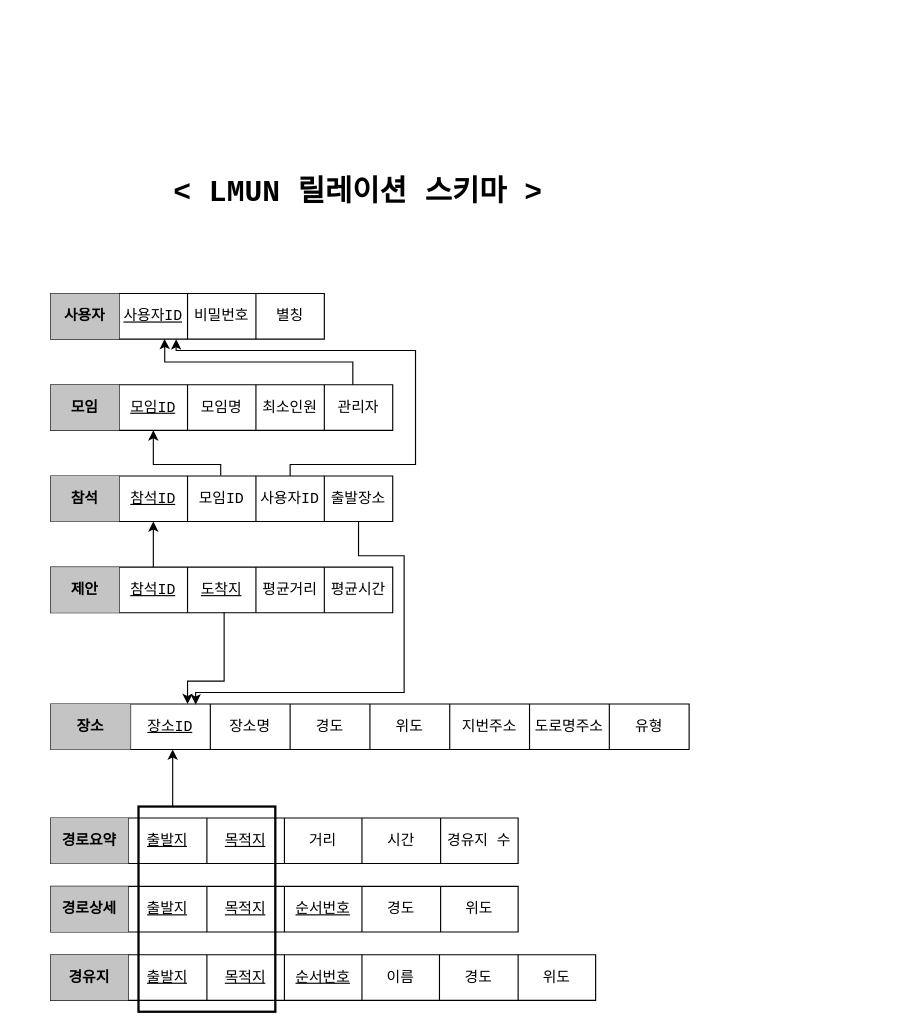
Above: documents/LMUN릴레이션 스키마.drawio in jsjg73/LMUN_Ver2.1 (draw.io), before the change. Source tidied: cells renumbered, new cells numbered last; positions are measured from the earlier drawing's top-left corner, leaving out a move shared by most shapes. Both pictures are drawn from the tidied source at 114%, with x=0, y=0 at pixel (50, 168).
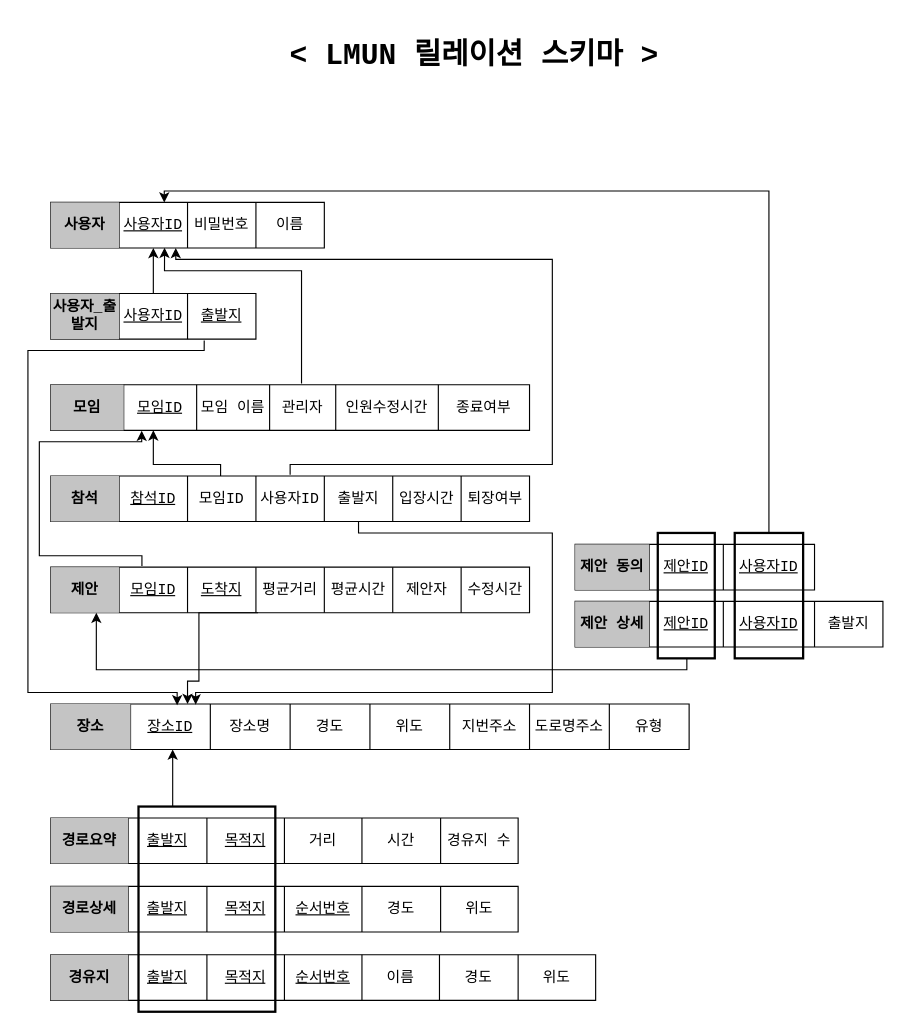
Above is the later version.

Commit message:
Update LMUN릴레이션 스키마.drawio

Unchanged cells that the change refers to:
```xml
<mxCell id="10" style="shape=partialRectangle;html=1;whiteSpace=wrap;fillColor=none;top=0;left=0;bottom=0;right=0;points=[[0,0.5],[1,0.5]];portConstraint=eastwest;fontFamily=Courier New;fontSize=13;fontColor=default;startSize=0;strokeColor=default;" parent="9" vertex="1">
  <mxGeometry width="240" height="40" as="geometry" />
</mxCell>
<mxCell id="31" style="shape=partialRectangle;html=1;whiteSpace=wrap;fillColor=none;top=0;left=0;bottom=0;right=0;points=[[0,0.5],[1,0.5]];portConstraint=eastwest;fontFamily=Courier New;fontSize=13;fontColor=default;startSize=0;strokeColor=default;" parent="30" vertex="1">
  <mxGeometry width="560" height="40" as="geometry" />
</mxCell>
```

What changed in the source:
```diff
@@
     <mxCell id="2" style="shape=table;html=1;whiteSpace=wrap;startSize=0;childLayout=tableLayout;fontFamily=Courier New;fontSize=13;fontColor=default;strokeColor=default;fillColor=default;" parent="1" vertex="1">
-      <mxGeometry y="190" width="300" height="40" as="geometry" />
+      <mxGeometry y="190" width="420" height="40" as="geometry" />
     </mxCell>
     <mxCell id="3" style="shape=partialRectangle;html=1;whiteSpace=wrap;fillColor=none;top=0;left=0;bottom=0;right=0;points=[[0,0.5],[1,0.5]];portConstraint=eastwest;fontFamily=Courier New;fontSize=13;fontColor=default;startSize=0;strokeColor=default;" parent="2" vertex="1">
-      <mxGeometry width="300" height="40" as="geometry" />
+      <mxGeometry width="420" height="40" as="geometry" />
     </mxCell>
     <mxCell id="4" value="&lt;b&gt;모임&lt;/b&gt;" style="shape=partialRectangle;html=1;whiteSpace=wrap;fillColor=#C4C4C4;top=0;left=0;bottom=0;right=0;overflow=hidden;fontFamily=Courier New;fontSize=13;fontColor=default;startSize=0;strokeColor=default;" parent="3" vertex="1">
-      <mxGeometry width="60" height="40" as="geometry" />
+      <mxGeometry width="64" height="40" as="geometry" />
     </mxCell>
     <mxCell id="5" value="&lt;u&gt;모임ID&lt;/u&gt;" style="shape=partialRectangle;html=1;whiteSpace=wrap;fillColor=none;top=0;left=0;bottom=0;right=0;overflow=hidden;fontFamily=Courier New;fontSize=13;fontColor=default;startSize=0;strokeColor=default;" parent="3" vertex="1">
-      <mxGeometry x="60" width="60" height="40" as="geometry" />
+      <mxGeometry x="64" width="64" height="40" as="geometry" />
     </mxCell>
-    <mxCell id="6" value="모임명" style="shape=partialRectangle;html=1;whiteSpace=wrap;fillColor=none;top=0;left=0;bottom=0;right=0;overflow=hidden;fontFamily=Courier New;fontSize=13;fontColor=default;startSize=0;strokeColor=default;" parent="3" vertex="1">
-      <mxGeometry x="120" width="60" height="40" as="geometry" />
+    <mxCell id="6" value="모임 이름" style="shape=partialRectangle;html=1;whiteSpace=wrap;fillColor=none;top=0;left=0;bottom=0;right=0;overflow=hidden;fontFamily=Courier New;fontSize=13;fontColor=default;startSize=0;strokeColor=default;" parent="3" vertex="1">
+      <mxGeometry x="128" width="64" height="40" as="geometry" />
     </mxCell>
-    <mxCell id="7" value="최소인원" style="shape=partialRectangle;html=1;whiteSpace=wrap;fillColor=none;top=0;left=0;bottom=0;right=0;overflow=hidden;fontFamily=Courier New;fontSize=13;fontColor=default;startSize=0;strokeColor=default;" parent="3" vertex="1">
-      <mxGeometry x="180" width="60" height="40" as="geometry" />
+    <mxCell id="7" value="관리자" style="shape=partialRectangle;html=1;whiteSpace=wrap;fillColor=none;top=0;left=0;bottom=0;right=0;overflow=hidden;fontFamily=Courier New;fontSize=13;fontColor=default;startSize=0;strokeColor=default;" parent="3" vertex="1">
+      <mxGeometry x="192" width="58" height="40" as="geometry" />
     </mxCell>
-    <mxCell id="8" value="관리자" style="shape=partialRectangle;html=1;whiteSpace=wrap;fillColor=none;top=0;left=0;bottom=0;right=0;overflow=hidden;fontFamily=Courier New;fontSize=13;fontColor=default;startSize=0;strokeColor=default;" parent="3" vertex="1">
-      <mxGeometry x="240" width="60" height="40" as="geometry" />
+    <mxCell id="8" value="인원수정시간" style="shape=partialRectangle;html=1;whiteSpace=wrap;fillColor=none;top=0;left=0;bottom=0;right=0;overflow=hidden;fontFamily=Courier New;fontSize=13;fontColor=default;startSize=0;strokeColor=default;flipV=1;flipH=1;" parent="3" vertex="1">
+      <mxGeometry x="250" width="90" height="40" as="geometry" />
     </mxCell>
+    <mxCell id="73" value="종료여부" style="shape=partialRectangle;html=1;whiteSpace=wrap;fillColor=none;top=0;left=0;bottom=0;right=0;overflow=hidden;fontFamily=Courier New;fontSize=13;fontColor=default;startSize=0;strokeColor=default;" parent="3" vertex="1">
+      <mxGeometry x="340" width="80" height="40" as="geometry" />
+    </mxCell>
     <mxCell id="9" style="shape=table;html=1;whiteSpace=wrap;startSize=0;childLayout=tableLayout;fontFamily=Courier New;fontSize=13;fontColor=default;strokeColor=default;fillColor=default;" parent="1" vertex="1">
-      <mxGeometry y="110" width="240" height="40" as="geometry" />
+      <mxGeometry y="30" width="240" height="40" as="geometry" />
     </mxCell>
@@
-    <mxCell id="14" value="별칭" style="shape=partialRectangle;html=1;whiteSpace=wrap;fillColor=none;top=0;left=0;bottom=0;right=0;overflow=hidden;fontFamily=Courier New;fontSize=13;fontColor=default;startSize=0;strokeColor=default;" parent="10" vertex="1">
+    <mxCell id="14" value="이름" style="shape=partialRectangle;html=1;whiteSpace=wrap;fillColor=none;top=0;left=0;bottom=0;right=0;overflow=hidden;fontFamily=Courier New;fontSize=13;fontColor=default;startSize=0;strokeColor=default;" parent="10" vertex="1">
       <mxGeometry x="180" width="60" height="40" as="geometry" />
     </mxCell>
     <mxCell id="15" style="shape=table;html=1;whiteSpace=wrap;startSize=0;childLayout=tableLayout;fontFamily=Courier New;fontSize=13;fontColor=default;strokeColor=default;fillColor=default;fontStyle=1;" parent="1" vertex="1">
-      <mxGeometry y="270" width="300" height="40" as="geometry" />
+      <mxGeometry y="270" width="420" height="40" as="geometry" />
     </mxCell>
     <mxCell id="16" style="shape=partialRectangle;html=1;whiteSpace=wrap;fillColor=none;top=0;left=0;bottom=0;right=0;points=[[0,0.5],[1,0.5]];portConstraint=eastwest;fontFamily=Courier New;fontSize=13;fontColor=default;startSize=0;strokeColor=default;" parent="15" vertex="1">
-      <mxGeometry width="300" height="40" as="geometry" />
+      <mxGeometry width="420" height="40" as="geometry" />
     </mxCell>
@@
-    <mxCell id="21" value="출발장소" style="shape=partialRectangle;html=1;whiteSpace=wrap;fillColor=none;top=0;left=0;bottom=0;right=0;overflow=hidden;fontFamily=Courier New;fontSize=13;fontColor=default;startSize=0;strokeColor=default;" parent="16" vertex="1">
+    <mxCell id="21" value="출발지" style="shape=partialRectangle;html=1;whiteSpace=wrap;fillColor=none;top=0;left=0;bottom=0;right=0;overflow=hidden;fontFamily=Courier New;fontSize=13;fontColor=default;startSize=0;strokeColor=default;" parent="16" vertex="1">
       <mxGeometry x="240" width="60" height="40" as="geometry" />
     </mxCell>
+    <mxCell id="74" value="입장시간" style="shape=partialRectangle;html=1;whiteSpace=wrap;fillColor=none;top=0;left=0;bottom=0;right=0;overflow=hidden;fontFamily=Courier New;fontSize=13;fontColor=default;startSize=0;strokeColor=default;" parent="16" vertex="1">
+      <mxGeometry x="300" width="60" height="40" as="geometry" />
+    </mxCell>
+    <mxCell id="75" value="퇴장여부" style="shape=partialRectangle;html=1;whiteSpace=wrap;fillColor=none;top=0;left=0;bottom=0;right=0;overflow=hidden;fontFamily=Courier New;fontSize=13;fontColor=default;startSize=0;strokeColor=default;" parent="16" vertex="1">
+      <mxGeometry x="360" width="60" height="40" as="geometry" />
+    </mxCell>
@@
     <mxCell id="57" style="shape=table;html=1;whiteSpace=wrap;startSize=0;childLayout=tableLayout;fontFamily=Courier New;fontSize=13;fontColor=default;strokeColor=default;fillColor=default;fontStyle=1;" parent="1" vertex="1">
-      <mxGeometry y="350" width="300" height="40" as="geometry" />
+      <mxGeometry y="350" width="420" height="40" as="geometry" />
     </mxCell>
     <mxCell id="58" style="shape=partialRectangle;html=1;whiteSpace=wrap;fillColor=none;top=0;left=0;bottom=0;right=0;points=[[0,0.5],[1,0.5]];portConstraint=eastwest;fontFamily=Courier New;fontSize=13;fontColor=default;startSize=0;strokeColor=default;" parent="57" vertex="1">
-      <mxGeometry width="300" height="40" as="geometry" />
+      <mxGeometry width="420" height="40" as="geometry" />
     </mxCell>
@@
-    <mxCell id="60" value="참석ID" style="shape=partialRectangle;html=1;whiteSpace=wrap;fillColor=none;top=0;left=0;bottom=0;right=0;overflow=hidden;fontFamily=Courier New;fontSize=13;fontColor=default;startSize=0;strokeColor=default;fontStyle=4;" parent="58" vertex="1">
+    <mxCell id="60" value="모임ID" style="shape=partialRectangle;html=1;whiteSpace=wrap;fillColor=none;top=0;left=0;bottom=0;right=0;overflow=hidden;fontFamily=Courier New;fontSize=13;fontColor=default;startSize=0;strokeColor=default;fontStyle=4;" parent="58" vertex="1">
       <mxGeometry x="60" width="60" height="40" as="geometry" />
     </mxCell>
@@
+    <mxCell id="76" value="제안자" style="shape=partialRectangle;html=1;whiteSpace=wrap;fillColor=none;top=0;left=0;bottom=0;right=0;overflow=hidden;fontFamily=Courier New;fontSize=13;fontColor=default;startSize=0;strokeColor=default;" parent="58" vertex="1">
+      <mxGeometry x="300" width="60" height="40" as="geometry" />
+    </mxCell>
+    <mxCell id="77" value="수정시간" style="shape=partialRectangle;html=1;whiteSpace=wrap;fillColor=none;top=0;left=0;bottom=0;right=0;overflow=hidden;fontFamily=Courier New;fontSize=13;fontColor=default;startSize=0;strokeColor=default;" parent="58" vertex="1">
+      <mxGeometry x="360" width="60" height="40" as="geometry" />
+    </mxCell>
     <mxCell id="64" style="edgeStyle=segmentEdgeStyle;endArrow=classic;html=1;rounded=0;fontFamily=Courier New;fontSize=13;fontColor=default;startSize=0;strokeColor=default;exitX=0.227;exitY=0.015;exitDx=0;exitDy=0;exitPerimeter=0;entryX=0.227;entryY=0.015;entryDx=0;entryDy=0;entryPerimeter=0;" parent="1" edge="1" target="31">
       <mxGeometry relative="1" as="geometry">
         <mxPoint x="270" y="310" as="sourcePoint" />
         <Array as="points">
-          <mxPoint x="270" y="340" />
-          <mxPoint x="310" y="340" />
-          <mxPoint x="310" y="460" />
+          <mxPoint x="270" y="320" />
+          <mxPoint x="440" y="320" />
+          <mxPoint x="440" y="460" />
           <mxPoint x="127" y="460" />
         </Array>
       </mxGeometry>
     </mxCell>
-    <mxCell id="65" style="edgeStyle=segmentEdgeStyle;endArrow=classic;html=1;rounded=0;fontFamily=Courier New;fontSize=13;fontColor=default;startSize=0;strokeColor=default;exitX=0.507;exitY=0.988;exitDx=0;exitDy=0;exitPerimeter=0;" parent="1" edge="1" source="58">
+    <mxCell id="65" style="edgeStyle=segmentEdgeStyle;endArrow=classic;html=1;rounded=0;fontFamily=Courier New;fontSize=13;fontColor=default;startSize=0;strokeColor=default;exitX=0.433;exitY=1;exitDx=0;exitDy=0;exitPerimeter=0;" parent="1" edge="1" source="58">
       <mxGeometry relative="1" as="geometry">
         <mxPoint x="120" y="470" as="targetPoint" />
         <Array as="points">
-          <mxPoint x="152" y="450" />
+          <mxPoint x="130" y="450" />
           <mxPoint x="120" y="450" />
         </Array>
       </mxGeometry>
     </mxCell>
-    <mxCell id="66" style="edgeStyle=segmentEdgeStyle;endArrow=classic;html=1;rounded=0;fontFamily=Courier New;fontSize=13;fontColor=default;startSize=0;strokeColor=default;" parent="1" edge="1">
+    <mxCell id="66" style="edgeStyle=segmentEdgeStyle;endArrow=classic;html=1;rounded=0;fontFamily=Courier New;fontSize=13;fontColor=default;startSize=0;strokeColor=default;entryX=0.19;entryY=1.008;entryDx=0;entryDy=0;entryPerimeter=0;" parent="1" edge="1" target="2">
       <mxGeometry relative="1" as="geometry">
-        <mxPoint x="90" y="350" as="sourcePoint" />
-        <mxPoint x="90" y="310" as="targetPoint" />
+        <mxPoint x="80" y="349" as="sourcePoint" />
+        <Array as="points">
+          <mxPoint x="80" y="340" />
+          <mxPoint x="-10" y="340" />
+          <mxPoint x="-10" y="240" />
+          <mxPoint x="80" y="240" />
+        </Array>
       </mxGeometry>
     </mxCell>
-    <mxCell id="67" style="edgeStyle=segmentEdgeStyle;endArrow=classic;html=1;rounded=0;fontFamily=Courier New;fontSize=13;fontColor=default;startSize=0;strokeColor=default;entryX=0.3;entryY=1;entryDx=0;entryDy=0;entryPerimeter=0;exitX=0.497;exitY=-0.01;exitDx=0;exitDy=0;exitPerimeter=0;" parent="1" edge="1" source="16" target="3">
+    <mxCell id="67" style="edgeStyle=segmentEdgeStyle;endArrow=classic;html=1;rounded=0;fontFamily=Courier New;fontSize=13;fontColor=default;startSize=0;strokeColor=default;" parent="1" edge="1">
       <mxGeometry relative="1" as="geometry">
+        <mxPoint x="149" y="270" as="sourcePoint" />
+        <mxPoint x="90" y="230" as="targetPoint" />
         <Array as="points">
           <mxPoint x="149" y="260" />
           <mxPoint x="90" y="260" />
         </Array>
       </mxGeometry>
     </mxCell>
-    <mxCell id="68" style="edgeStyle=segmentEdgeStyle;endArrow=classic;html=1;rounded=0;fontFamily=Courier New;fontSize=13;fontColor=default;startSize=0;strokeColor=default;" parent="1" edge="1">
+    <mxCell id="68" style="edgeStyle=segmentEdgeStyle;endArrow=classic;html=1;rounded=0;fontFamily=Courier New;fontSize=13;fontColor=default;startSize=0;strokeColor=default;entryX=0.457;entryY=1;entryDx=0;entryDy=0;entryPerimeter=0;" parent="1" edge="1" target="10">
       <mxGeometry relative="1" as="geometry">
-        <mxPoint x="210" y="270" as="sourcePoint" />
-        <mxPoint x="110" y="150" as="targetPoint" />
+        <mxPoint x="210" y="269" as="sourcePoint" />
         <Array as="points">
           <mxPoint x="210" y="260" />
-          <mxPoint x="320" y="260" />
-          <mxPoint x="320" y="160" />
-          <mxPoint x="110" y="160" />
+          <mxPoint x="440" y="260" />
+          <mxPoint x="440" y="80" />
+          <mxPoint x="110" y="80" />
         </Array>
       </mxGeometry>
     </mxCell>
     <mxCell id="69" style="edgeStyle=segmentEdgeStyle;endArrow=classic;html=1;rounded=0;fontFamily=Courier New;fontSize=13;fontColor=default;startSize=0;strokeColor=default;entryX=0.416;entryY=0.994;entryDx=0;entryDy=0;entryPerimeter=0;" parent="1" edge="1" target="10">
       <mxGeometry relative="1" as="geometry">
-        <mxPoint x="265" y="190" as="sourcePoint" />
+        <mxPoint x="220" y="189" as="sourcePoint" />
         <Array as="points">
-          <mxPoint x="265" y="170" />
-          <mxPoint x="100" y="170" />
-          <mxPoint x="100" y="160" />
+          <mxPoint x="220" y="90" />
+          <mxPoint x="100" y="90" />
         </Array>
       </mxGeometry>
     </mxCell>
@@
     <mxCell id="72" value="&lt;h1&gt;&amp;lt; LMUN 릴레이션 스키마 &amp;gt;&lt;/h1&gt;" style="text;html=1;strokeColor=none;fillColor=none;spacing=5;spacingTop=-20;whiteSpace=wrap;overflow=hidden;rounded=0;fontFamily=Courier New;fontSize=13;fontColor=default;startSize=0;" parent="1" vertex="1">
-      <mxGeometry x="103" width="357" height="50" as="geometry" />
+      <mxGeometry x="205" y="-120" width="357" height="50" as="geometry" />
     </mxCell>
+    <mxCell id="78" style="shape=table;html=1;whiteSpace=wrap;startSize=0;childLayout=tableLayout;fontFamily=Courier New;fontSize=13;fontColor=default;strokeColor=default;fillColor=default;" parent="1" vertex="1">
+      <mxGeometry y="110" width="180" height="40" as="geometry" />
+    </mxCell>
+    <mxCell id="79" style="shape=partialRectangle;html=1;whiteSpace=wrap;fillColor=none;top=0;left=0;bottom=0;right=0;points=[[0,0.5],[1,0.5]];portConstraint=eastwest;fontFamily=Courier New;fontSize=13;fontColor=default;startSize=0;strokeColor=default;" parent="78" vertex="1">
+      <mxGeometry width="180" height="40" as="geometry" />
+    </mxCell>
+    <mxCell id="80" value="&lt;b&gt;사용자_출발지&lt;/b&gt;" style="shape=partialRectangle;html=1;whiteSpace=wrap;fillColor=#C4C4C4;top=0;left=0;bottom=0;right=0;overflow=hidden;fontFamily=Courier New;fontSize=13;fontColor=default;startSize=0;strokeColor=default;" parent="79" vertex="1">
+      <mxGeometry width="60" height="40" as="geometry" />
+    </mxCell>
+    <mxCell id="81" value="&lt;u&gt;사용자ID&lt;/u&gt;" style="shape=partialRectangle;html=1;whiteSpace=wrap;fillColor=none;top=0;left=0;bottom=0;right=0;overflow=hidden;fontFamily=Courier New;fontSize=13;fontColor=default;startSize=0;strokeColor=default;" parent="79" vertex="1">
+      <mxGeometry x="60" width="60" height="40" as="geometry" />
+    </mxCell>
+    <mxCell id="82" value="출발지" style="shape=partialRectangle;html=1;whiteSpace=wrap;fillColor=none;top=0;left=0;bottom=0;right=0;overflow=hidden;fontFamily=Courier New;fontSize=13;fontColor=default;startSize=0;strokeColor=default;fontStyle=4;" parent="79" vertex="1">
+      <mxGeometry x="120" width="60" height="40" as="geometry" />
+    </mxCell>
+    <mxCell id="83" style="endArrow=classic;html=1;rounded=0;" parent="1" edge="1" source="79">
+      <mxGeometry relative="1" as="geometry">
+        <mxPoint x="90" y="70" as="targetPoint" />
+      </mxGeometry>
+    </mxCell>
+    <mxCell id="84" style="edgeStyle=segmentEdgeStyle;endArrow=classic;html=1;rounded=0;exitX=0.748;exitY=1.032;exitDx=0;exitDy=0;exitPerimeter=0;entryX=0.198;entryY=0.029;entryDx=0;entryDy=0;entryPerimeter=0;" parent="1" edge="1" source="79" target="31">
+      <mxGeometry relative="1" as="geometry">
+        <Array as="points">
+          <mxPoint x="135" y="160" />
+          <mxPoint x="-20" y="160" />
+          <mxPoint x="-20" y="460" />
+          <mxPoint x="111" y="460" />
+        </Array>
+      </mxGeometry>
+    </mxCell>
+    <mxCell id="85" style="shape=table;html=1;whiteSpace=wrap;startSize=0;childLayout=tableLayout;fontFamily=Courier New;fontSize=13;fontColor=default;strokeColor=default;fillColor=default;fontStyle=1;" parent="1" vertex="1">
+      <mxGeometry x="460" y="330" width="210" height="40" as="geometry" />
+    </mxCell>
+    <mxCell id="86" style="shape=partialRectangle;html=1;whiteSpace=wrap;fillColor=none;top=0;left=0;bottom=0;right=0;fontFamily=Courier New;fontSize=13;fontColor=default;startSize=0;strokeColor=default;" parent="85" vertex="1">
+      <mxGeometry width="210" height="40" as="geometry" />
+    </mxCell>
+    <mxCell id="87" value="제안 동의" style="shape=partialRectangle;html=1;whiteSpace=wrap;fillColor=#C4C4C4;top=0;left=0;bottom=0;right=0;overflow=hidden;fontFamily=Courier New;fontSize=13;fontColor=default;startSize=0;strokeColor=default;fontStyle=1;" parent="86" vertex="1">
+      <mxGeometry width="65" height="40" as="geometry" />
+    </mxCell>
+    <mxCell id="88" value="제안ID" style="shape=partialRectangle;html=1;whiteSpace=wrap;fillColor=none;top=0;left=0;bottom=0;right=0;overflow=hidden;fontFamily=Courier New;fontSize=13;fontColor=default;startSize=0;strokeColor=default;fontStyle=4;" parent="86" vertex="1">
+      <mxGeometry x="65" width="65" height="40" as="geometry" />
+    </mxCell>
+    <mxCell id="89" value="&lt;u&gt;사용자ID&lt;/u&gt;" style="shape=partialRectangle;html=1;whiteSpace=wrap;fillColor=none;top=0;left=0;bottom=0;right=0;overflow=hidden;fontFamily=Courier New;fontSize=13;fontColor=default;startSize=0;strokeColor=default;" parent="86" vertex="1">
+      <mxGeometry x="130" width="80" height="40" as="geometry" />
+    </mxCell>
+    <mxCell id="90" style="shape=table;html=1;whiteSpace=wrap;startSize=0;childLayout=tableLayout;fontFamily=Courier New;fontSize=13;fontColor=default;strokeColor=default;fillColor=default;fontStyle=1;" parent="1" vertex="1">
+      <mxGeometry x="460" y="380" width="270" height="40" as="geometry" />
+    </mxCell>
+    <mxCell id="91" style="shape=partialRectangle;html=1;whiteSpace=wrap;fillColor=none;top=0;left=0;bottom=0;right=0;fontFamily=Courier New;fontSize=13;fontColor=default;startSize=0;strokeColor=default;" parent="90" vertex="1">
+      <mxGeometry width="270" height="40" as="geometry" />
+    </mxCell>
+    <mxCell id="92" value="제안 상세" style="shape=partialRectangle;html=1;whiteSpace=wrap;fillColor=#C4C4C4;top=0;left=0;bottom=0;right=0;overflow=hidden;fontFamily=Courier New;fontSize=13;fontColor=default;startSize=0;strokeColor=default;fontStyle=1;" parent="91" vertex="1">
+      <mxGeometry width="65" height="40" as="geometry" />
+    </mxCell>
+    <mxCell id="93" value="제안ID" style="shape=partialRectangle;html=1;whiteSpace=wrap;fillColor=none;top=0;left=0;bottom=0;right=0;overflow=hidden;fontFamily=Courier New;fontSize=13;fontColor=default;startSize=0;strokeColor=default;fontStyle=4;" parent="91" vertex="1">
+      <mxGeometry x="65" width="65" height="40" as="geometry" />
+    </mxCell>
+    <mxCell id="94" value="&lt;u&gt;사용자ID&lt;/u&gt;" style="shape=partialRectangle;html=1;whiteSpace=wrap;fillColor=none;top=0;left=0;bottom=0;right=0;overflow=hidden;fontFamily=Courier New;fontSize=13;fontColor=default;startSize=0;strokeColor=default;" parent="91" vertex="1">
+      <mxGeometry x="130" width="80" height="40" as="geometry" />
+    </mxCell>
+    <mxCell id="95" value="출발지" style="shape=partialRectangle;html=1;whiteSpace=wrap;fillColor=none;top=0;left=0;bottom=0;right=0;overflow=hidden;fontFamily=Courier New;fontSize=13;fontColor=default;startSize=0;strokeColor=default;" parent="91" vertex="1">
+      <mxGeometry x="210" width="60" height="40" as="geometry" />
+    </mxCell>
+    <mxCell id="96" style="rounded=0;whiteSpace=wrap;html=1;fontFamily=Courier New;fontSize=13;fontColor=default;startSize=0;strokeColor=default;strokeWidth=2;fillColor=none;" parent="1" vertex="1">
+      <mxGeometry x="532.5" y="320" width="50" height="110" as="geometry" />
+    </mxCell>
+    <mxCell id="97" style="edgeStyle=segmentEdgeStyle;endArrow=classic;html=1;rounded=0;" parent="1" edge="1">
+      <mxGeometry relative="1" as="geometry">
+        <mxPoint x="558" y="430" as="sourcePoint" />
+        <mxPoint x="40" y="390" as="targetPoint" />
+        <Array as="points">
+          <mxPoint x="558" y="430" />
+          <mxPoint x="558" y="440" />
+          <mxPoint x="40" y="440" />
+        </Array>
+      </mxGeometry>
+    </mxCell>
+    <mxCell id="98" style="rounded=0;whiteSpace=wrap;html=1;fontFamily=Courier New;fontSize=13;fontColor=default;startSize=0;strokeColor=default;strokeWidth=2;fillColor=none;" parent="1" vertex="1">
+      <mxGeometry x="600" y="320" width="60" height="110" as="geometry" />
+    </mxCell>
+    <mxCell id="99" style="edgeStyle=segmentEdgeStyle;endArrow=classic;html=1;rounded=0;exitX=0.5;exitY=0;exitDx=0;exitDy=0;entryX=0.415;entryY=0.006;entryDx=0;entryDy=0;entryPerimeter=0;" parent="1" edge="1" source="98" target="10">
+      <mxGeometry relative="1" as="geometry">
+        <Array as="points">
+          <mxPoint x="630" y="20" />
+          <mxPoint x="100" y="20" />
+        </Array>
+      </mxGeometry>
+    </mxCell>
```
